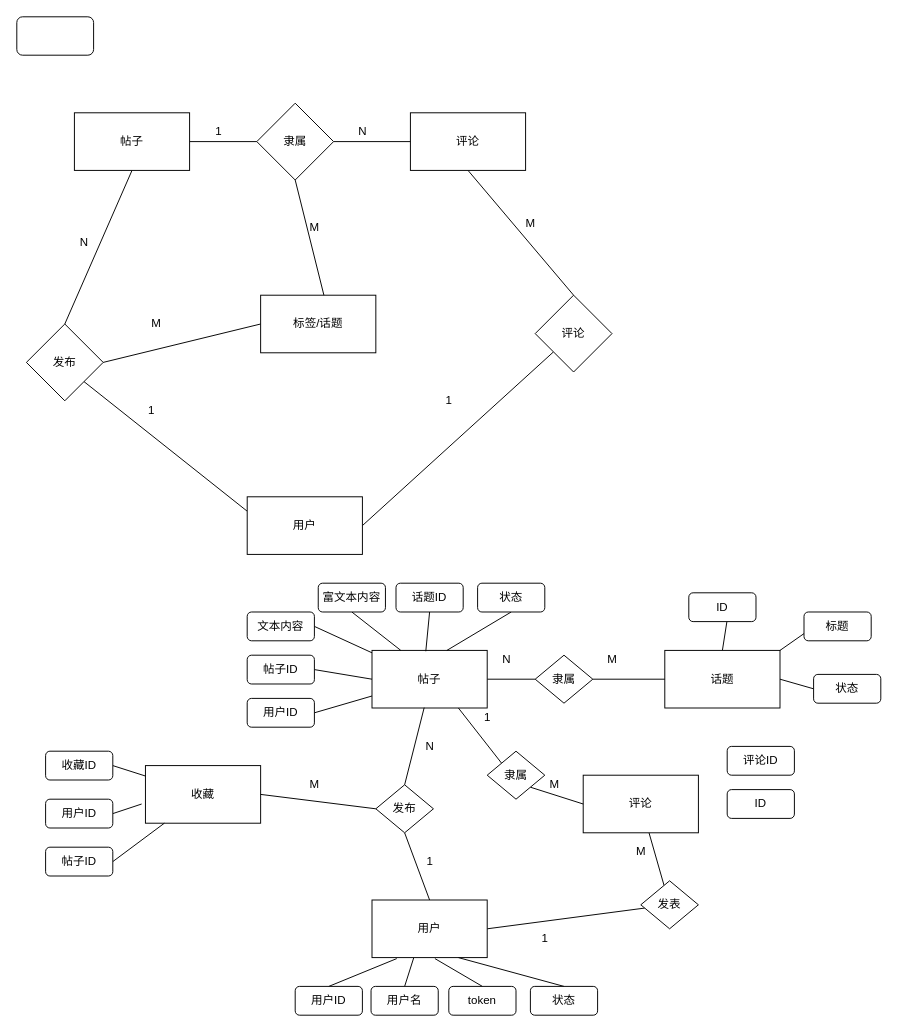
Earlier version of the draw.io diagram 毕业论文/系统整体E-R图.drawio (lululuhui/flow-chart-warehouse). Source tidied: cells renumbered, new cells numbered last; positions are measured from the earlier drawing's top-left corner, leaving out a move shared by most shapes. Both pictures are drawn from the tidied source at 96%, with x=0, y=0 at pixel (16, 16).
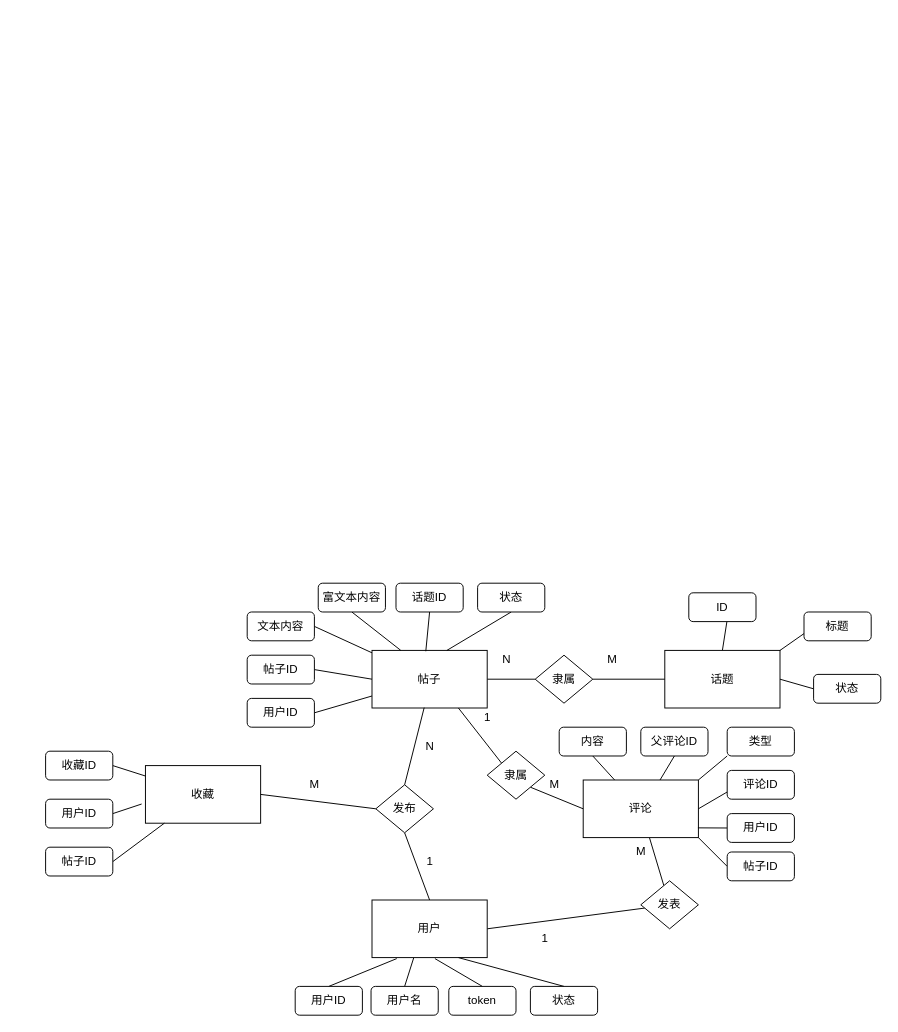
The same page after the edit.

Commit message (it also covers changes not shown here):
Update 系统整体E-R图.drawio

The edit, as a diff of the source:
```diff
@@
-    <mxCell id="2" style="edgeStyle=none;rounded=0;jettySize=auto;html=1;exitX=0.5;exitY=0;exitDx=0;exitDy=0;entryX=0.5;entryY=1;entryDx=0;entryDy=0;endArrow=none;endFill=0;" parent="1" edge="1" source="4" target="9">
-      <mxGeometry relative="1" as="geometry" />
-    </mxCell>
-    <mxCell id="3" style="edgeStyle=none;rounded=0;jettySize=auto;html=1;exitX=1;exitY=0.5;exitDx=0;exitDy=0;entryX=0;entryY=0.5;entryDx=0;entryDy=0;endArrow=none;endFill=0;" parent="1" edge="1" source="4" target="23">
-      <mxGeometry relative="1" as="geometry" />
-    </mxCell>
-    <mxCell id="4" value="发布" style="rhombus;whiteSpace=wrap;html=1;" parent="1" vertex="1">
-      <mxGeometry x="10" y="320" width="80" height="80" as="geometry" />
-    </mxCell>
-    <mxCell id="5" style="rounded=0;jettySize=auto;html=1;exitX=0;exitY=0.25;exitDx=0;exitDy=0;entryX=1;entryY=1;entryDx=0;entryDy=0;endArrow=none;endFill=0;" parent="1" edge="1" source="7" target="4">
-      <mxGeometry relative="1" as="geometry" />
-    </mxCell>
-    <mxCell id="6" style="edgeStyle=none;rounded=0;jettySize=auto;html=1;exitX=1;exitY=0.5;exitDx=0;exitDy=0;endArrow=none;endFill=0;" parent="1" edge="1" source="7" target="11">
-      <mxGeometry relative="1" as="geometry" />
-    </mxCell>
-    <mxCell id="7" value="用户" style="rounded=0;whiteSpace=wrap;html=1;" parent="1" vertex="1">
-      <mxGeometry x="240" y="500" width="120" height="60" as="geometry" />
-    </mxCell>
-    <mxCell id="8" style="edgeStyle=none;rounded=0;jettySize=auto;html=1;endArrow=none;endFill=0;" parent="1" edge="1" source="9" target="19">
-      <mxGeometry relative="1" as="geometry" />
-    </mxCell>
-    <mxCell id="9" value="帖子" style="rounded=0;whiteSpace=wrap;html=1;" parent="1" vertex="1">
-      <mxGeometry x="60" y="100" width="120" height="60" as="geometry" />
-    </mxCell>
-    <mxCell id="10" style="edgeStyle=none;rounded=0;jettySize=auto;html=1;exitX=0.5;exitY=0;exitDx=0;exitDy=0;entryX=0.5;entryY=1;entryDx=0;entryDy=0;endArrow=none;endFill=0;" parent="1" edge="1" source="11" target="12">
-      <mxGeometry relative="1" as="geometry" />
-    </mxCell>
-    <mxCell id="11" value="评论" style="rhombus;whiteSpace=wrap;html=1;" parent="1" vertex="1">
-      <mxGeometry x="540" y="290" width="80" height="80" as="geometry" />
-    </mxCell>
-    <mxCell id="12" value="评论" style="rounded=0;whiteSpace=wrap;html=1;" parent="1" vertex="1">
-      <mxGeometry x="410" y="100" width="120" height="60" as="geometry" />
-    </mxCell>
-    <mxCell id="13" value="1" style="text;html=1;align=center;verticalAlign=middle;strokeColor=none;fillColor=none;" parent="1" vertex="1">
-      <mxGeometry x="130" y="400" width="20" height="20" as="geometry" />
-    </mxCell>
-    <mxCell id="14" value="N" style="text;html=1;align=center;verticalAlign=middle;strokeColor=none;fillColor=none;" parent="1" vertex="1">
-      <mxGeometry x="60" y="225" width="20" height="20" as="geometry" />
-    </mxCell>
-    <mxCell id="15" value="1" style="text;html=1;align=center;verticalAlign=middle;strokeColor=none;fillColor=none;" parent="1" vertex="1">
-      <mxGeometry x="440" y="390" width="20" height="20" as="geometry" />
-    </mxCell>
-    <mxCell id="16" value="M" style="text;html=1;align=center;verticalAlign=middle;strokeColor=none;fillColor=none;" parent="1" vertex="1">
-      <mxGeometry x="520" y="205" width="30" height="20" as="geometry" />
-    </mxCell>
-    <mxCell id="17" style="edgeStyle=none;rounded=0;jettySize=auto;html=1;exitX=1;exitY=0.5;exitDx=0;exitDy=0;entryX=0;entryY=0.5;entryDx=0;entryDy=0;endArrow=none;endFill=0;" parent="1" edge="1" source="19" target="12">
-      <mxGeometry relative="1" as="geometry" />
-    </mxCell>
-    <mxCell id="18" style="edgeStyle=none;rounded=0;jettySize=auto;html=1;exitX=0.5;exitY=1;exitDx=0;exitDy=0;entryX=0.552;entryY=0.022;entryDx=0;entryDy=0;entryPerimeter=0;endArrow=none;endFill=0;" parent="1" edge="1" source="19" target="23">
-      <mxGeometry relative="1" as="geometry" />
-    </mxCell>
-    <mxCell id="19" value="隶属" style="rhombus;whiteSpace=wrap;html=1;rounded=0;" parent="1" vertex="1">
-      <mxGeometry x="250" y="90" width="80" height="80" as="geometry" />
-    </mxCell>
-    <mxCell id="20" value="1" style="text;html=1;align=center;verticalAlign=middle;strokeColor=none;fillColor=none;" parent="1" vertex="1">
-      <mxGeometry x="200" y="110" width="20" height="20" as="geometry" />
-    </mxCell>
-    <mxCell id="21" value="N" style="text;html=1;align=center;verticalAlign=middle;strokeColor=none;fillColor=none;" parent="1" vertex="1">
-      <mxGeometry x="350" y="110" width="20" height="20" as="geometry" />
-    </mxCell>
-    <mxCell id="22" style="rounded=1;whiteSpace=wrap;html=1;" parent="1" vertex="1">
-      <mxGeometry width="80" height="40" as="geometry" />
-    </mxCell>
-    <mxCell id="23" value="标签/话题" style="rounded=0;whiteSpace=wrap;html=1;" parent="1" vertex="1">
-      <mxGeometry x="254" y="290" width="120" height="60" as="geometry" />
-    </mxCell>
-    <mxCell id="24" value="M" style="text;html=1;align=center;verticalAlign=middle;strokeColor=none;fillColor=none;" parent="1" vertex="1">
-      <mxGeometry x="130" y="310" width="30" height="20" as="geometry" />
-    </mxCell>
-    <mxCell id="25" value="M" style="text;html=1;align=center;verticalAlign=middle;strokeColor=none;fillColor=none;" parent="1" vertex="1">
-      <mxGeometry x="295" y="210" width="30" height="20" as="geometry" />
-    </mxCell>
@@
+    <mxCell id="87" style="edgeStyle=none;rounded=0;jettySize=auto;html=1;exitX=1;exitY=0;exitDx=0;exitDy=0;entryX=0;entryY=1;entryDx=0;entryDy=0;endArrow=none;endFill=0;" parent="1" edge="1" source="48" target="96">
+      <mxGeometry relative="1" as="geometry" />
+    </mxCell>
+    <mxCell id="88" style="edgeStyle=none;rounded=0;jettySize=auto;html=1;exitX=1;exitY=1;exitDx=0;exitDy=0;entryX=0;entryY=0.5;entryDx=0;entryDy=0;endArrow=none;endFill=0;" parent="1" edge="1" source="48" target="91">
+      <mxGeometry relative="1" as="geometry" />
+    </mxCell>
     <mxCell id="48" value="评论" style="rounded=0;whiteSpace=wrap;html=1;" parent="1" vertex="1">
-      <mxGeometry x="590" y="790" width="120" height="60" as="geometry" />
+      <mxGeometry x="590" y="795" width="120" height="60" as="geometry" />
     </mxCell>
@@
+    <mxCell id="89" style="edgeStyle=none;rounded=0;jettySize=auto;html=1;exitX=0;exitY=0.75;exitDx=0;exitDy=0;entryX=1;entryY=0.5;entryDx=0;entryDy=0;endArrow=none;endFill=0;" parent="1" edge="1" source="85" target="48">
+      <mxGeometry relative="1" as="geometry" />
+    </mxCell>
     <mxCell id="85" value="评论ID" style="rounded=1;whiteSpace=wrap;html=1;" parent="1" vertex="1">
-      <mxGeometry x="740" y="760" width="70" height="30" as="geometry" />
+      <mxGeometry x="740" y="785" width="70" height="30" as="geometry" />
     </mxCell>
+    <mxCell id="90" style="edgeStyle=none;rounded=0;jettySize=auto;html=1;exitX=0;exitY=0.5;exitDx=0;exitDy=0;entryX=0.996;entryY=0.831;entryDx=0;entryDy=0;entryPerimeter=0;endArrow=none;endFill=0;" parent="1" edge="1" source="86" target="48">
+      <mxGeometry relative="1" as="geometry" />
+    </mxCell>
-    <mxCell id="86" value="ID" style="rounded=1;whiteSpace=wrap;html=1;" parent="1" vertex="1">
-      <mxGeometry x="740" y="805" width="70" height="30" as="geometry" />
+    <mxCell id="86" value="用户ID" style="rounded=1;whiteSpace=wrap;html=1;" parent="1" vertex="1">
+      <mxGeometry x="740" y="830" width="70" height="30" as="geometry" />
     </mxCell>
+    <mxCell id="91" value="帖子ID" style="rounded=1;whiteSpace=wrap;html=1;" parent="1" vertex="1">
+      <mxGeometry x="740" y="870" width="70" height="30" as="geometry" />
+    </mxCell>
+    <mxCell id="92" style="edgeStyle=none;rounded=0;jettySize=auto;html=1;exitX=0.5;exitY=1;exitDx=0;exitDy=0;endArrow=none;endFill=0;" parent="1" edge="1" source="93" target="48">
+      <mxGeometry relative="1" as="geometry" />
+    </mxCell>
+    <mxCell id="93" value="内容" style="rounded=1;whiteSpace=wrap;html=1;" parent="1" vertex="1">
+      <mxGeometry x="565" y="740" width="70" height="30" as="geometry" />
+    </mxCell>
+    <mxCell id="94" style="edgeStyle=none;rounded=0;jettySize=auto;html=1;exitX=0.5;exitY=1;exitDx=0;exitDy=0;entryX=0.667;entryY=0;entryDx=0;entryDy=0;entryPerimeter=0;endArrow=none;endFill=0;" parent="1" edge="1" source="95" target="48">
+      <mxGeometry relative="1" as="geometry" />
+    </mxCell>
+    <mxCell id="95" value="父评论ID" style="rounded=1;whiteSpace=wrap;html=1;" parent="1" vertex="1">
+      <mxGeometry x="650" y="740" width="70" height="30" as="geometry" />
+    </mxCell>
+    <mxCell id="96" value="类型" style="rounded=1;whiteSpace=wrap;html=1;" parent="1" vertex="1">
+      <mxGeometry x="740" y="740" width="70" height="30" as="geometry" />
+    </mxCell>
```
